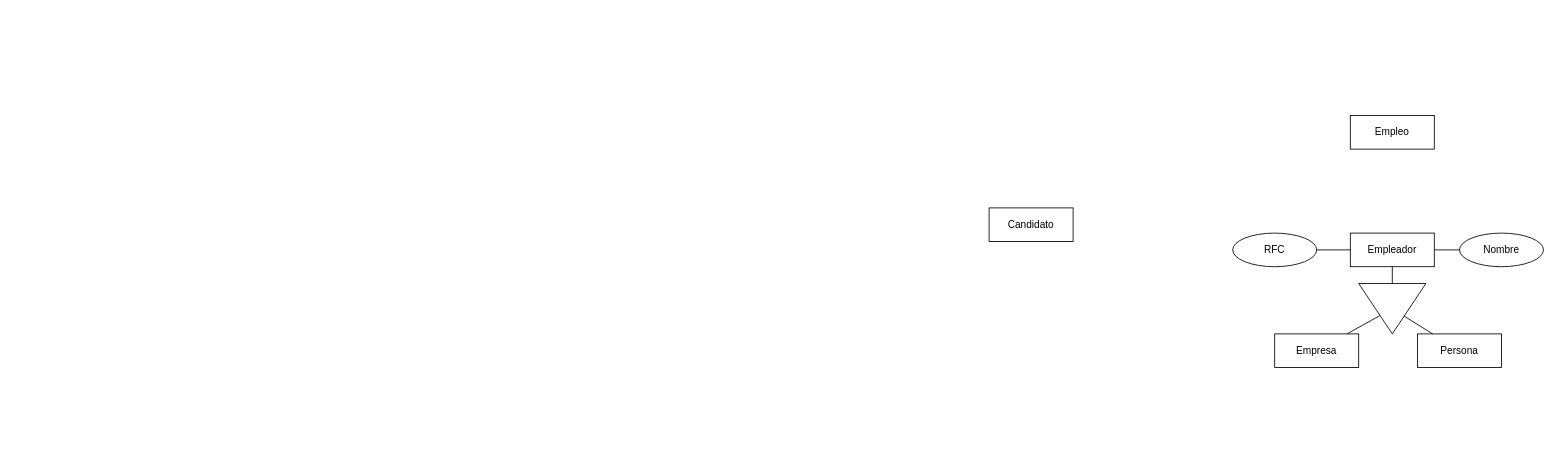
dasebaztian/baseproy keeps this draw.io diagram as Diagrama sin título.drawio. Above is the earlier version. Source tidied: cells renumbered, new cells numbered last; positions are measured from the earlier drawing's top-left corner, leaving out a move shared by most shapes. Both pictures are drawn from the tidied source at 84%, with x=0, y=0 at pixel (989, 115).
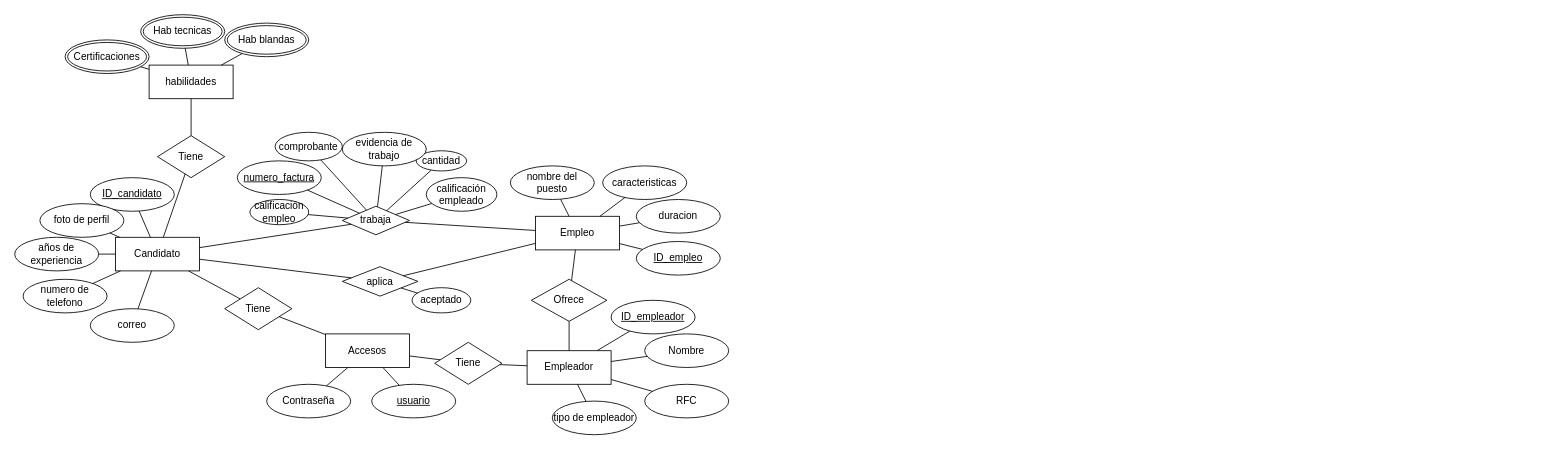
After the change.

Change to the diagram source:
```diff
@@
     <mxCell id="2" value="Candidato" style="whiteSpace=wrap;html=1;align=center;" parent="1" vertex="1">
-      <mxGeometry y="110" width="100" height="40" as="geometry" />
+      <mxGeometry x="-1040" y="145" width="100" height="40" as="geometry" />
     </mxCell>
     <mxCell id="3" value="Empleo" style="whiteSpace=wrap;html=1;align=center;" parent="1" vertex="1">
-      <mxGeometry x="430" width="100" height="40" as="geometry" />
+      <mxGeometry x="-540" y="120" width="100" height="40" as="geometry" />
     </mxCell>
     <mxCell id="4" value="Empleador" style="whiteSpace=wrap;html=1;align=center;" parent="1" vertex="1">
-      <mxGeometry x="430" y="140" width="100" height="40" as="geometry" />
+      <mxGeometry x="-550" y="280" width="100" height="40" as="geometry" />
     </mxCell>
-    <mxCell id="5" value="Empresa" style="whiteSpace=wrap;html=1;align=center;" parent="1" vertex="1">
-      <mxGeometry x="340" y="260" width="100" height="40" as="geometry" />
-    </mxCell>
-    <mxCell id="6" value="Persona" style="whiteSpace=wrap;html=1;align=center;" parent="1" vertex="1">
-      <mxGeometry x="510" y="260" width="100" height="40" as="geometry" />
-    </mxCell>
-    <mxCell id="7" style="triangle;whiteSpace=wrap;html=1;rotation=90;" parent="1" vertex="1">
-      <mxGeometry x="450" y="190" width="60" height="80" as="geometry" />
-    </mxCell>
     <mxCell id="8" value="RFC" style="ellipse;whiteSpace=wrap;html=1;align=center;" parent="1" vertex="1">
-      <mxGeometry x="290" y="140" width="100" height="40" as="geometry" />
+      <mxGeometry x="-410" y="320" width="100" height="40" as="geometry" />
     </mxCell>
     <mxCell id="9" value="Nombre" style="ellipse;whiteSpace=wrap;html=1;align=center;" parent="1" vertex="1">
-      <mxGeometry x="560" y="140" width="100" height="40" as="geometry" />
+      <mxGeometry x="-410" y="260" width="100" height="40" as="geometry" />
     </mxCell>
+    <mxCell id="15" value="ID_candidato" style="ellipse;whiteSpace=wrap;html=1;align=center;fontStyle=4;" parent="1" vertex="1">
+      <mxGeometry x="-1070" y="74" width="100" height="40" as="geometry" />
+    </mxCell>
+    <mxCell id="16" value="ID_empleador" style="ellipse;whiteSpace=wrap;html=1;align=center;fontStyle=4;" parent="1" vertex="1">
+      <mxGeometry x="-450" y="220" width="100" height="40" as="geometry" />
+    </mxCell>
+    <mxCell id="17" value="ID_empleo" style="ellipse;whiteSpace=wrap;html=1;align=center;fontStyle=4;" parent="1" vertex="1">
+      <mxGeometry x="-420" y="150" width="100" height="40" as="geometry" />
+    </mxCell>
+    <mxCell id="18" value="caracteristicas" style="ellipse;whiteSpace=wrap;html=1;align=center;" parent="1" vertex="1">
+      <mxGeometry x="-460" y="60" width="100" height="40" as="geometry" />
+    </mxCell>
+    <mxCell id="19" value="cantidad" style="ellipse;whiteSpace=wrap;html=1;align=center;" parent="1" vertex="1">
+      <mxGeometry x="-682" y="42" width="60" height="24" as="geometry" />
+    </mxCell>
+    <mxCell id="20" value="numero_factura" style="ellipse;whiteSpace=wrap;html=1;align=center;fontStyle=4;" parent="1" vertex="1">
+      <mxGeometry x="-895" y="54" width="100" height="40" as="geometry" />
+    </mxCell>
+    <mxCell id="21" value="años de experiencia" style="ellipse;whiteSpace=wrap;html=1;align=center;" parent="1" vertex="1">
+      <mxGeometry x="-1160" y="145" width="100" height="40" as="geometry" />
+    </mxCell>
+    <mxCell id="22" value="numero de telefono" style="ellipse;whiteSpace=wrap;html=1;align=center;" parent="1" vertex="1">
+      <mxGeometry x="-1150" y="195" width="100" height="40" as="geometry" />
+    </mxCell>
+    <mxCell id="23" value="correo" style="ellipse;whiteSpace=wrap;html=1;align=center;" parent="1" vertex="1">
+      <mxGeometry x="-1070" y="230" width="100" height="40" as="geometry" />
+    </mxCell>
+    <mxCell id="24" value="foto de perfil" style="ellipse;whiteSpace=wrap;html=1;align=center;" parent="1" vertex="1">
+      <mxGeometry x="-1130" y="105" width="100" height="40" as="geometry" />
+    </mxCell>
+    <mxCell id="25" value="comprobante" style="ellipse;whiteSpace=wrap;html=1;align=center;" parent="1" vertex="1">
+      <mxGeometry x="-850" y="20" width="80" height="34" as="geometry" />
+    </mxCell>
+    <mxCell id="26" value="duracion" style="ellipse;whiteSpace=wrap;html=1;align=center;" parent="1" vertex="1">
+      <mxGeometry x="-420" y="100" width="100" height="40" as="geometry" />
+    </mxCell>
+    <mxCell id="27" value="nombre del puesto" style="ellipse;whiteSpace=wrap;html=1;align=center;" parent="1" vertex="1">
+      <mxGeometry x="-570" y="60" width="100" height="40" as="geometry" />
+    </mxCell>
+    <mxCell id="28" value="Accesos" style="whiteSpace=wrap;html=1;align=center;" parent="1" vertex="1">
+      <mxGeometry x="-790" y="260" width="100" height="40" as="geometry" />
+    </mxCell>
+    <mxCell id="29" value="Contraseña" style="ellipse;whiteSpace=wrap;html=1;align=center;" parent="1" vertex="1">
+      <mxGeometry x="-860" y="320" width="100" height="40" as="geometry" />
+    </mxCell>
+    <mxCell id="30" value="usuario" style="ellipse;whiteSpace=wrap;html=1;align=center;fontStyle=4;" parent="1" vertex="1">
+      <mxGeometry x="-735" y="320" width="100" height="40" as="geometry" />
+    </mxCell>
+    <mxCell id="31" value="habilidades" style="whiteSpace=wrap;html=1;align=center;" parent="1" vertex="1">
+      <mxGeometry x="-1000" y="-60" width="100" height="40" as="geometry" />
+    </mxCell>
+    <mxCell id="32" value="Certificaciones" style="ellipse;shape=doubleEllipse;margin=3;whiteSpace=wrap;html=1;align=center;" parent="1" vertex="1">
+      <mxGeometry x="-1100" y="-90" width="100" height="40" as="geometry" />
+    </mxCell>
+    <mxCell id="33" value="Hab tecnicas" style="ellipse;shape=doubleEllipse;margin=3;whiteSpace=wrap;html=1;align=center;" parent="1" vertex="1">
+      <mxGeometry x="-1010" y="-120" width="100" height="40" as="geometry" />
+    </mxCell>
+    <mxCell id="34" value="Hab blandas" style="ellipse;shape=doubleEllipse;margin=3;whiteSpace=wrap;html=1;align=center;" parent="1" vertex="1">
+      <mxGeometry x="-910" y="-110" width="100" height="40" as="geometry" />
+    </mxCell>
+    <mxCell id="35" value="tipo de empleador" style="ellipse;whiteSpace=wrap;html=1;align=center;" parent="1" vertex="1">
+      <mxGeometry x="-520" y="340" width="100" height="40" as="geometry" />
+    </mxCell>
+    <mxCell id="36" value="Tiene" style="shape=rhombus;perimeter=rhombusPerimeter;whiteSpace=wrap;html=1;align=center;" parent="1" vertex="1">
+      <mxGeometry x="-990" y="24" width="80" height="50" as="geometry" />
+    </mxCell>
+    <mxCell id="37" style="endArrow=none;html=1;rounded=0;" parent="1" edge="1" source="36" target="2">
+      <mxGeometry relative="1" as="geometry" />
+    </mxCell>
+    <mxCell id="38" style="endArrow=none;html=1;rounded=0;" parent="1" edge="1" source="36" target="31">
+      <mxGeometry relative="1" as="geometry" />
+    </mxCell>
+    <mxCell id="39" style="endArrow=none;html=1;rounded=0;" parent="1" edge="1" source="15" target="2">
+      <mxGeometry relative="1" as="geometry" />
+    </mxCell>
+    <mxCell id="40" style="endArrow=none;html=1;rounded=0;" parent="1" edge="1" source="24" target="2">
+      <mxGeometry relative="1" as="geometry" />
+    </mxCell>
+    <mxCell id="41" style="endArrow=none;html=1;rounded=0;" parent="1" edge="1" source="21" target="2">
+      <mxGeometry relative="1" as="geometry" />
+    </mxCell>
+    <mxCell id="42" style="endArrow=none;html=1;rounded=0;" parent="1" edge="1" source="22" target="2">
+      <mxGeometry relative="1" as="geometry" />
+    </mxCell>
+    <mxCell id="43" style="endArrow=none;html=1;rounded=0;" parent="1" edge="1" source="23" target="2">
+      <mxGeometry relative="1" as="geometry" />
+    </mxCell>
+    <mxCell id="44" style="endArrow=none;html=1;rounded=0;" parent="1" edge="1" source="28" target="29">
+      <mxGeometry relative="1" as="geometry" />
+    </mxCell>
+    <mxCell id="45" style="endArrow=none;html=1;rounded=0;" parent="1" edge="1" source="28" target="30">
+      <mxGeometry relative="1" as="geometry" />
+    </mxCell>
+    <mxCell id="46" style="endArrow=none;html=1;rounded=0;" parent="1" edge="1" source="2" target="47">
+      <mxGeometry relative="1" as="geometry" />
+    </mxCell>
+    <mxCell id="47" value="Tiene" style="shape=rhombus;perimeter=rhombusPerimeter;whiteSpace=wrap;html=1;align=center;" parent="1" vertex="1">
+      <mxGeometry x="-910" y="205" width="80" height="50" as="geometry" />
+    </mxCell>
+    <mxCell id="48" style="endArrow=none;html=1;rounded=0;" parent="1" edge="1" source="47" target="28">
+      <mxGeometry relative="1" as="geometry" />
+    </mxCell>
+    <mxCell id="49" style="endArrow=none;html=1;rounded=0;" parent="1" edge="1" source="32" target="31">
+      <mxGeometry relative="1" as="geometry" />
+    </mxCell>
+    <mxCell id="50" style="endArrow=none;html=1;rounded=0;" parent="1" edge="1" source="33" target="31">
+      <mxGeometry relative="1" as="geometry" />
+    </mxCell>
+    <mxCell id="51" style="endArrow=none;html=1;rounded=0;" parent="1" edge="1" source="31" target="34">
+      <mxGeometry relative="1" as="geometry" />
+    </mxCell>
+    <mxCell id="52" style="endArrow=none;html=1;rounded=0;" parent="1" edge="1" source="77" target="4">
+      <mxGeometry relative="1" as="geometry" />
+    </mxCell>
+    <mxCell id="53" style="endArrow=none;html=1;rounded=0;" parent="1" edge="1" source="4" target="16">
+      <mxGeometry relative="1" as="geometry" />
+    </mxCell>
@@
-    <mxCell id="11" style="endArrow=none;html=1;rounded=0;" parent="1" edge="1" source="8" target="4">
-      <mxGeometry relative="1" as="geometry" />
-    </mxCell>
-    <mxCell id="12" style="endArrow=none;html=1;rounded=0;" parent="1" edge="1" source="7" target="4">
-      <mxGeometry relative="1" as="geometry" />
-    </mxCell>
-    <mxCell id="13" style="endArrow=none;html=1;rounded=0;" parent="1" edge="1" source="5" target="7">
-      <mxGeometry relative="1" as="geometry" />
-    </mxCell>
-    <mxCell id="14" style="endArrow=none;html=1;rounded=0;" parent="1" edge="1" source="7" target="6">
-      <mxGeometry relative="1" as="geometry" />
-    </mxCell>
+    <mxCell id="54" style="endArrow=none;html=1;rounded=0;" parent="1" edge="1" source="4" target="8">
+      <mxGeometry relative="1" as="geometry" />
+    </mxCell>
+    <mxCell id="55" style="endArrow=none;html=1;rounded=0;" parent="1" edge="1" source="4" target="35">
+      <mxGeometry relative="1" as="geometry" />
+    </mxCell>
+    <mxCell id="56" value="Ofrece" style="shape=rhombus;perimeter=rhombusPerimeter;whiteSpace=wrap;html=1;align=center;" parent="1" vertex="1">
+      <mxGeometry x="-545" y="195" width="90" height="50" as="geometry" />
+    </mxCell>
+    <mxCell id="57" value="trabaja" style="shape=rhombus;perimeter=rhombusPerimeter;whiteSpace=wrap;html=1;align=center;" parent="1" vertex="1">
+      <mxGeometry x="-770" y="108" width="80" height="34" as="geometry" />
+    </mxCell>
+    <mxCell id="58" value="aplica" style="shape=rhombus;perimeter=rhombusPerimeter;whiteSpace=wrap;html=1;align=center;" parent="1" vertex="1">
+      <mxGeometry x="-770" y="180" width="90" height="35" as="geometry" />
+    </mxCell>
+    <mxCell id="59" style="endArrow=none;html=1;rounded=0;" parent="1" edge="1" source="2" target="58">
+      <mxGeometry relative="1" as="geometry" />
+    </mxCell>
+    <mxCell id="60" style="endArrow=none;html=1;rounded=0;" parent="1" edge="1" source="58" target="3">
+      <mxGeometry relative="1" as="geometry" />
+    </mxCell>
+    <mxCell id="61" value="calificación empleo" style="ellipse;whiteSpace=wrap;html=1;align=center;" parent="1" vertex="1">
+      <mxGeometry x="-880" y="100" width="70" height="30" as="geometry" />
+    </mxCell>
+    <mxCell id="62" value="calificación empleado" style="ellipse;whiteSpace=wrap;html=1;align=center;" parent="1" vertex="1">
+      <mxGeometry x="-670" y="74" width="84" height="40" as="geometry" />
+    </mxCell>
+    <mxCell id="63" style="endArrow=none;html=1;rounded=0;" parent="1" edge="1" source="27" target="3">
+      <mxGeometry relative="1" as="geometry" />
+    </mxCell>
+    <mxCell id="64" style="endArrow=none;html=1;rounded=0;" parent="1" edge="1" source="3" target="18">
+      <mxGeometry relative="1" as="geometry" />
+    </mxCell>
+    <mxCell id="65" style="endArrow=none;html=1;rounded=0;" parent="1" edge="1" source="3" target="26">
+      <mxGeometry relative="1" as="geometry" />
+    </mxCell>
+    <mxCell id="66" style="endArrow=none;html=1;rounded=0;" parent="1" edge="1" source="3" target="17">
+      <mxGeometry relative="1" as="geometry" />
+    </mxCell>
+    <mxCell id="67" style="endArrow=none;html=1;rounded=0;" parent="1" edge="1" source="3" target="56">
+      <mxGeometry relative="1" as="geometry" />
+    </mxCell>
+    <mxCell id="68" style="endArrow=none;html=1;rounded=0;" parent="1" edge="1" source="56" target="4">
+      <mxGeometry relative="1" as="geometry" />
+    </mxCell>
+    <mxCell id="69" style="endArrow=none;html=1;rounded=0;" parent="1" edge="1" source="61" target="57">
+      <mxGeometry relative="1" as="geometry" />
+    </mxCell>
+    <mxCell id="70" style="endArrow=none;html=1;rounded=0;" parent="1" edge="1" source="20" target="57">
+      <mxGeometry relative="1" as="geometry" />
+    </mxCell>
+    <mxCell id="71" style="endArrow=none;html=1;rounded=0;" parent="1" edge="1" source="25" target="57">
+      <mxGeometry relative="1" as="geometry" />
+    </mxCell>
+    <mxCell id="72" style="endArrow=none;html=1;rounded=0;" parent="1" edge="1" source="19" target="57">
+      <mxGeometry relative="1" as="geometry" />
+    </mxCell>
+    <mxCell id="73" style="endArrow=none;html=1;rounded=0;" parent="1" edge="1" source="57" target="62">
+      <mxGeometry relative="1" as="geometry" />
+    </mxCell>
+    <mxCell id="74" style="endArrow=none;html=1;rounded=0;" parent="1" edge="1" source="2" target="57">
+      <mxGeometry relative="1" as="geometry" />
+    </mxCell>
+    <mxCell id="75" style="endArrow=none;html=1;rounded=0;" parent="1" edge="1" source="57" target="3">
+      <mxGeometry relative="1" as="geometry" />
+    </mxCell>
+    <mxCell id="76" style="endArrow=none;html=1;rounded=0;" parent="1" edge="1" source="28" target="77">
+      <mxGeometry relative="1" as="geometry" />
+    </mxCell>
+    <mxCell id="77" value="Tiene" style="shape=rhombus;perimeter=rhombusPerimeter;whiteSpace=wrap;html=1;align=center;" parent="1" vertex="1">
+      <mxGeometry x="-660" y="270" width="80" height="50" as="geometry" />
+    </mxCell>
+    <mxCell id="78" value="aceptado" style="ellipse;whiteSpace=wrap;html=1;align=center;" parent="1" vertex="1">
+      <mxGeometry x="-687" y="205" width="70" height="30" as="geometry" />
+    </mxCell>
+    <mxCell id="79" style="endArrow=none;html=1;rounded=0;" parent="1" edge="1" source="58" target="78">
+      <mxGeometry relative="1" as="geometry" />
+    </mxCell>
+    <mxCell id="80" value="evidencia de trabajo" style="ellipse;whiteSpace=wrap;html=1;align=center;" parent="1" vertex="1">
+      <mxGeometry x="-770" y="20" width="100" height="40" as="geometry" />
+    </mxCell>
+    <mxCell id="81" style="endArrow=none;html=1;rounded=0;" parent="1" edge="1" source="57" target="80">
+      <mxGeometry relative="1" as="geometry" />
+    </mxCell>
```
